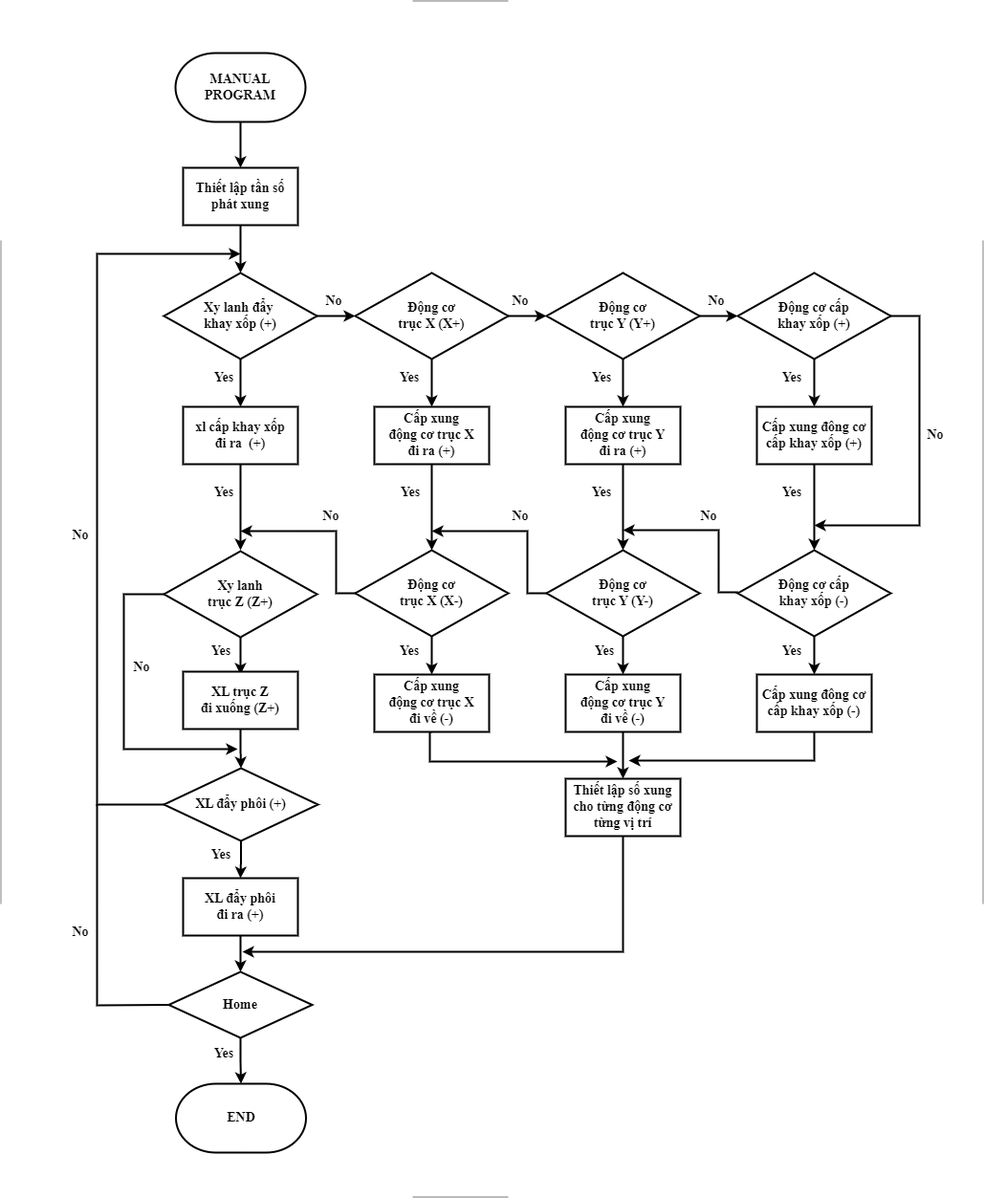
Before: manual.png, a diagram exported from draw.io (nguyentienkhoa050401/mon-hoc). Source tidied: cells renumbered, new cells last; positions are measured from the earlier drawing's top-left corner, leaving out a move shared by most shapes.
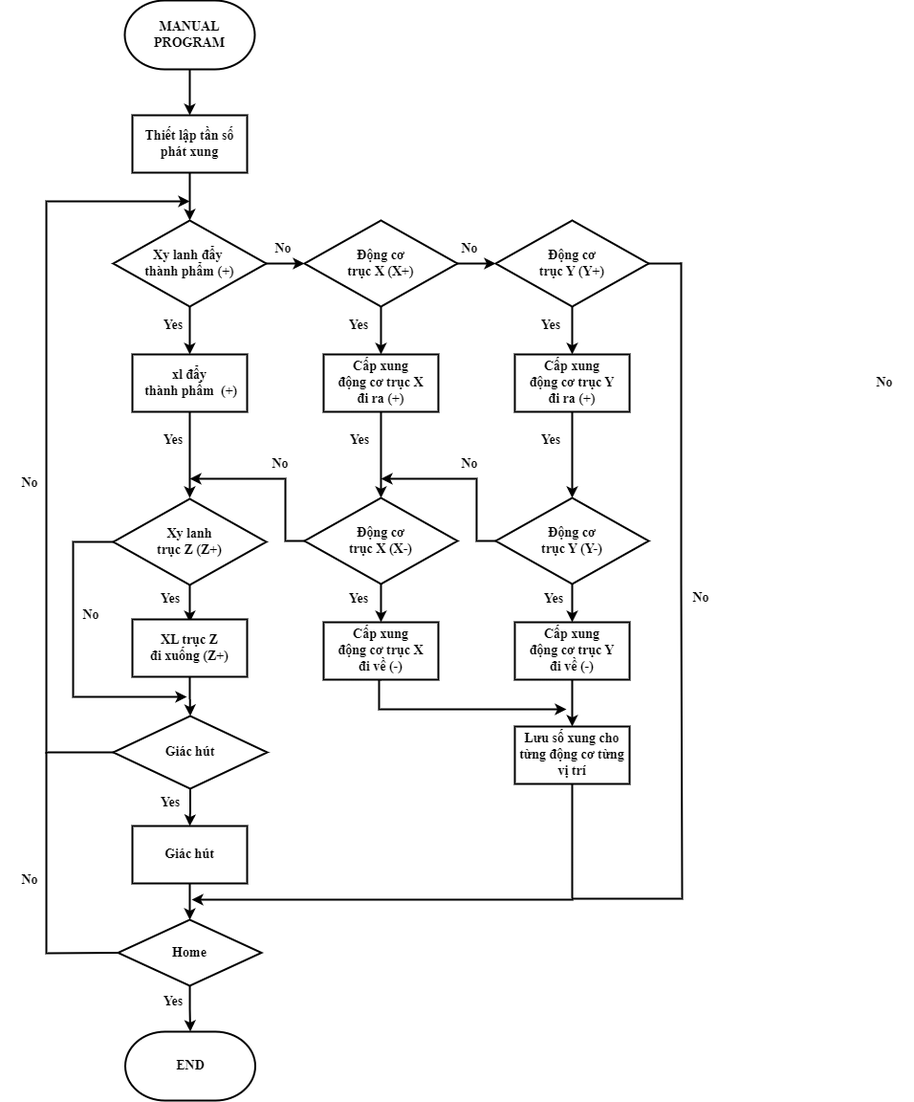
Later version of the same file.

Commit message:
Cập nhật manual.png

Diff of the diagram source:
```diff
@@ -29,7 +29,7 @@
     <mxCell id="7" style="edgeStyle=orthogonalEdgeStyle;rounded=0;jettySize=auto;html=1;strokeWidth=2;fontFamily=Times New Roman;fontSize=14;verticalAlign=middle;fontStyle=1;fontColor=#000000;" parent="1" edge="1" source="8" target="17">
       <mxGeometry relative="1" as="geometry" />
     </mxCell>
-    <mxCell id="8" value="Xy lanh đẩy&amp;nbsp;&lt;br style=&quot;font-size: 14px;&quot;&gt;khay xốp (+)" style="fontSize=14;spacingLeft=10;spacingRight=10;zwfType=basicShape;strokeWidth=2;rhombus;whiteSpace=wrap;html=1;fontStyle=1;fontFamily=Times New Roman;verticalAlign=middle;rounded=0;fontColor=#000000;" parent="1" vertex="1">
+    <mxCell id="8" value="Xy lanh đẩy&amp;nbsp;&lt;br style=&quot;font-size: 14px;&quot;&gt;thành phẩm (+)" style="fontSize=14;spacingLeft=10;spacingRight=10;zwfType=basicShape;strokeWidth=2;rhombus;whiteSpace=wrap;html=1;fontStyle=1;fontFamily=Times New Roman;verticalAlign=middle;rounded=0;fontColor=#000000;" parent="1" vertex="1">
       <mxGeometry x="117" y="230" width="160" height="90" as="geometry" />
     </mxCell>
     <mxCell id="9" style="edgeStyle=orthogonalEdgeStyle;rounded=0;jettySize=auto;html=1;strokeWidth=2;fontFamily=Times New Roman;fontSize=14;verticalAlign=middle;fontStyle=1;fontColor=#000000;" parent="1" edge="1" source="11" target="23">
@@ -41,22 +41,6 @@
     <mxCell id="11" value="Động cơ &lt;br style=&quot;font-size: 14px;&quot;&gt;trục X (X+)" style="fontSize=14;spacingLeft=10;spacingRight=10;zwfType=basicShape;strokeWidth=2;rhombus;whiteSpace=wrap;html=1;fontStyle=1;fontFamily=Times New Roman;verticalAlign=middle;rounded=0;fontColor=#000000;" parent="1" vertex="1">
       <mxGeometry x="317" y="230" width="160" height="90" as="geometry" />
     </mxCell>
-    <mxCell id="12" style="edgeStyle=orthogonalEdgeStyle;rounded=0;orthogonalLoop=1;jettySize=auto;html=1;strokeWidth=2;fontFamily=Times New Roman;fontSize=14;verticalAlign=middle;fontStyle=1;fontColor=#000000;" parent="1" edge="1">
-      <mxGeometry relative="1" as="geometry">
-        <mxPoint x="797" y="320" as="sourcePoint" />
-        <mxPoint x="797" y="370" as="targetPoint" />
-      </mxGeometry>
-    </mxCell>
-    <mxCell id="13" style="edgeStyle=orthogonalEdgeStyle;rounded=0;orthogonalLoop=1;jettySize=auto;html=1;strokeWidth=2;fontFamily=Times New Roman;fontSize=14;exitX=1;exitY=0.5;exitDx=0;exitDy=0;fontStyle=1;fontColor=#000000;" parent="1" edge="1">
-      <mxGeometry relative="1" as="geometry">
-        <mxPoint x="877" y="275" as="sourcePoint" />
-        <mxPoint x="797" y="494" as="targetPoint" />
-        <Array as="points">
-          <mxPoint x="907" y="275" />
-          <mxPoint x="907" y="494" />
-        </Array>
-      </mxGeometry>
-    </mxCell>
     <mxCell id="14" style="edgeStyle=orthogonalEdgeStyle;rounded=0;jettySize=auto;html=1;strokeWidth=2;fontFamily=Times New Roman;fontSize=14;verticalAlign=middle;fontStyle=1;fontColor=#000000;" parent="1" edge="1" source="15" target="8">
       <mxGeometry relative="1" as="geometry" />
     </mxCell>
@@ -68,7 +52,7 @@
         <mxPoint x="197" y="520" as="targetPoint" />
       </mxGeometry>
     </mxCell>
-    <mxCell id="17" value="xl cấp khay xốp&lt;br style=&quot;font-size: 14px;&quot;&gt;đi ra&amp;nbsp; (+)" style="rounded=0;whiteSpace=wrap;html=1;strokeWidth=2;fontFamily=Times New Roman;fontSize=14;verticalAlign=middle;fontStyle=1;fontColor=#000000;" parent="1" vertex="1">
+    <mxCell id="17" value="xl đẩy&lt;br&gt;&amp;nbsp;thành phẩm&amp;nbsp; (+)" style="rounded=0;whiteSpace=wrap;html=1;strokeWidth=2;fontFamily=Times New Roman;fontSize=14;verticalAlign=middle;fontStyle=1;fontColor=#000000;" parent="1" vertex="1">
       <mxGeometry x="137" y="370" width="120" height="60" as="geometry" />
     </mxCell>
     <mxCell id="18" style="edgeStyle=orthogonalEdgeStyle;rounded=0;jettySize=auto;html=1;strokeWidth=2;fontFamily=Times New Roman;fontSize=14;verticalAlign=middle;fontStyle=1;fontColor=#000000;" parent="1" edge="1" source="19" target="25">
@@ -77,19 +61,9 @@
     <mxCell id="19" value="Cấp xung &lt;br style=&quot;font-size: 14px;&quot;&gt;động cơ trục X &lt;br style=&quot;font-size: 14px;&quot;&gt;đi ra (+)" style="rounded=0;whiteSpace=wrap;html=1;strokeWidth=2;fontFamily=Times New Roman;fontSize=14;verticalAlign=middle;fontStyle=1;fontColor=#000000;" parent="1" vertex="1">
       <mxGeometry x="337" y="370" width="120" height="60" as="geometry" />
     </mxCell>
-    <mxCell id="20" style="edgeStyle=orthogonalEdgeStyle;rounded=0;jettySize=auto;html=1;strokeWidth=2;fontFamily=Times New Roman;fontSize=14;verticalAlign=middle;fontStyle=1;fontColor=#000000;" parent="1" edge="1" target="35">
-      <mxGeometry relative="1" as="geometry">
-        <mxPoint x="797" y="430" as="sourcePoint" />
-      </mxGeometry>
-    </mxCell>
     <mxCell id="21" style="edgeStyle=orthogonalEdgeStyle;rounded=0;jettySize=auto;html=1;strokeWidth=2;fontFamily=Times New Roman;fontSize=14;verticalAlign=middle;fontStyle=1;fontColor=#000000;" parent="1" edge="1" source="23" target="29">
       <mxGeometry relative="1" as="geometry" />
     </mxCell>
-    <mxCell id="22" style="edgeStyle=orthogonalEdgeStyle;rounded=0;jettySize=auto;html=1;strokeWidth=2;fontFamily=Times New Roman;fontSize=14;verticalAlign=middle;fontStyle=1;fontColor=#000000;" parent="1" edge="1" source="23">
-      <mxGeometry relative="1" as="geometry">
-        <mxPoint x="717" y="275" as="targetPoint" />
-      </mxGeometry>
-    </mxCell>
     <mxCell id="23" value="Động cơ &lt;br style=&quot;font-size: 14px;&quot;&gt;trục Y (Y+)" style="fontSize=14;spacingLeft=10;spacingRight=10;zwfType=basicShape;strokeWidth=2;rhombus;whiteSpace=wrap;html=1;fontStyle=1;fontFamily=Times New Roman;verticalAlign=middle;rounded=0;fontColor=#000000;" parent="1" vertex="1">
       <mxGeometry x="517" y="230" width="160" height="90" as="geometry" />
     </mxCell>
@@ -133,15 +107,6 @@
     <mxCell id="33" value="Cấp xung &lt;br style=&quot;font-size: 14px;&quot;&gt;động cơ trục Y &lt;br style=&quot;font-size: 14px;&quot;&gt;đi về (-)" style="rounded=0;whiteSpace=wrap;html=1;strokeWidth=2;fontFamily=Times New Roman;fontSize=14;verticalAlign=middle;fontStyle=1;fontColor=#000000;" parent="1" vertex="1">
       <mxGeometry x="537" y="650" width="120" height="60" as="geometry" />
     </mxCell>
-    <mxCell id="34" style="edgeStyle=orthogonalEdgeStyle;rounded=0;jettySize=auto;html=1;strokeWidth=2;fontFamily=Times New Roman;fontSize=14;verticalAlign=middle;fontStyle=1;fontColor=#000000;" parent="1" edge="1" source="35" target="36">
-      <mxGeometry relative="1" as="geometry" />
-    </mxCell>
-    <mxCell id="35" value="Động cơ cấp&lt;br style=&quot;font-size: 14px;&quot;&gt;khay xốp (-)" style="fontSize=14;spacingLeft=10;spacingRight=10;zwfType=basicShape;strokeWidth=2;rhombus;whiteSpace=wrap;html=1;fontFamily=Times New Roman;verticalAlign=middle;fontStyle=1;rounded=0;fontColor=#000000;" parent="1" vertex="1">
-      <mxGeometry x="717" y="520" width="160" height="90" as="geometry" />
-    </mxCell>
-    <mxCell id="36" value="Cấp xung đông cơ&lt;br style=&quot;font-size: 14px;&quot;&gt;cấp khay xốp (-)" style="rounded=0;whiteSpace=wrap;html=1;strokeWidth=2;fontFamily=Times New Roman;fontSize=14;verticalAlign=middle;fontStyle=1;fontColor=#000000;" parent="1" vertex="1">
-      <mxGeometry x="737" y="650" width="120" height="60" as="geometry" />
-    </mxCell>
     <mxCell id="37" style="edgeStyle=orthogonalEdgeStyle;rounded=0;jettySize=auto;html=1;strokeWidth=2;fontFamily=Times New Roman;fontSize=14;verticalAlign=middle;fontStyle=1;fontColor=#000000;" parent="1" edge="1" source="39" target="42">
       <mxGeometry relative="1" as="geometry" />
     </mxCell>
@@ -154,7 +119,7 @@
         </Array>
       </mxGeometry>
     </mxCell>
-    <mxCell id="39" value="XL đẩy phôi (+)" style="fontSize=14;spacingLeft=10;spacingRight=10;zwfType=basicShape;strokeWidth=2;rhombus;whiteSpace=wrap;html=1;fontStyle=1;fontFamily=Times New Roman;verticalAlign=middle;rounded=0;fontColor=#000000;" parent="1" vertex="1">
+    <mxCell id="39" value="Giác hút" style="fontSize=14;spacingLeft=10;spacingRight=10;zwfType=basicShape;strokeWidth=2;rhombus;whiteSpace=wrap;html=1;fontStyle=1;fontFamily=Times New Roman;verticalAlign=middle;rounded=0;fontColor=#000000;" parent="1" vertex="1">
       <mxGeometry x="117" y="748" width="161" height="76" as="geometry" />
     </mxCell>
     <mxCell id="40" value="END" style="fontSize=14;zwfType=basicShape;strokeWidth=2;html=1;shape=mxgraph.flowchart.terminator;whiteSpace=wrap;fontFamily=Times New Roman;verticalAlign=middle;fontStyle=1;rounded=0;fontColor=#000000;" parent="1" vertex="1">
@@ -163,7 +128,7 @@
     <mxCell id="41" style="edgeStyle=orthogonalEdgeStyle;rounded=0;jettySize=auto;html=1;strokeWidth=2;fontSize=14;fontStyle=1;fontFamily=Times New Roman;fontColor=#000000;" parent="1" edge="1" source="42" target="79">
       <mxGeometry relative="1" as="geometry" />
     </mxCell>
-    <mxCell id="42" value="XL đẩy phôi&lt;br style=&quot;font-size: 14px;&quot;&gt;đi ra (+)" style="rounded=0;whiteSpace=wrap;html=1;strokeWidth=2;fontFamily=Times New Roman;fontSize=14;verticalAlign=middle;fontStyle=1;fontColor=#000000;" parent="1" vertex="1">
+    <mxCell id="42" value="Giác hút" style="rounded=0;whiteSpace=wrap;html=1;strokeWidth=2;fontFamily=Times New Roman;fontSize=14;verticalAlign=middle;fontStyle=1;fontColor=#000000;" parent="1" vertex="1">
       <mxGeometry x="137" y="863" width="120" height="60" as="geometry" />
     </mxCell>
     <mxCell id="43" style="edgeStyle=orthogonalEdgeStyle;rounded=0;jettySize=auto;html=1;strokeWidth=2;fontFamily=Times New Roman;fontSize=14;verticalAlign=middle;fontStyle=1;exitX=0;exitY=0.5;exitDx=0;exitDy=0;fontColor=#000000;" parent="1" edge="1" source="25">
@@ -181,9 +146,6 @@
     <mxCell id="45" value="No" style="text;html=1;fillColor=none;align=center;verticalAlign=middle;whiteSpace=wrap;rounded=0;strokeWidth=2;fontFamily=Times New Roman;fontSize=14;fontStyle=1;fontColor=#000000;" parent="1" vertex="1">
       <mxGeometry x="460" y="245" width="60" height="30" as="geometry" />
     </mxCell>
-    <mxCell id="46" value="No" style="text;html=1;fillColor=none;align=center;verticalAlign=middle;whiteSpace=wrap;rounded=0;strokeWidth=2;fontFamily=Times New Roman;fontSize=14;fontStyle=1;fontColor=#000000;" parent="1" vertex="1">
-      <mxGeometry x="665" y="245" width="60" height="30" as="geometry" />
-    </mxCell>
     <mxCell id="47" value="No" style="text;html=1;fillColor=none;align=center;verticalAlign=middle;whiteSpace=wrap;rounded=0;strokeWidth=2;fontFamily=Times New Roman;fontSize=14;fontStyle=1;fontColor=#000000;" parent="1" vertex="1">
       <mxGeometry x="894" y="385" width="60" height="30" as="geometry" />
     </mxCell>
@@ -193,9 +155,6 @@
     <mxCell id="49" value="No" style="text;html=1;fillColor=none;align=center;verticalAlign=middle;whiteSpace=wrap;rounded=0;strokeWidth=2;fontFamily=Times New Roman;fontSize=14;fontStyle=1;fontColor=#000000;" parent="1" vertex="1">
       <mxGeometry x="460" y="470" width="60" height="30" as="geometry" />
     </mxCell>
-    <mxCell id="50" value="No" style="text;html=1;fillColor=none;align=center;verticalAlign=middle;whiteSpace=wrap;rounded=0;strokeWidth=2;fontFamily=Times New Roman;fontSize=14;fontStyle=1;fontColor=#000000;" parent="1" vertex="1">
-      <mxGeometry x="657" y="470" width="60" height="30" as="geometry" />
-    </mxCell>
     <mxCell id="51" value="No" style="text;html=1;fillColor=none;align=center;verticalAlign=middle;whiteSpace=wrap;rounded=0;strokeWidth=2;fontFamily=Times New Roman;fontSize=14;fontStyle=1;fontColor=#000000;" parent="1" vertex="1">
       <mxGeometry y="490" width="60" height="30" as="geometry" />
     </mxCell>
@@ -223,9 +182,6 @@
     <mxCell id="59" value="Yes" style="text;html=1;fillColor=none;align=center;verticalAlign=middle;whiteSpace=wrap;rounded=0;strokeWidth=2;fontFamily=Times New Roman;fontSize=14;fontStyle=1;fontColor=#000000;" parent="1" vertex="1">
       <mxGeometry x="147" y="611" width="60" height="30" as="geometry" />
     </mxCell>
-    <mxCell id="60" value="Yes" style="text;html=1;fillColor=none;align=center;verticalAlign=middle;whiteSpace=wrap;rounded=0;strokeWidth=2;fontFamily=Times New Roman;fontSize=14;fontStyle=1;fontColor=#000000;" parent="1" vertex="1">
-      <mxGeometry x="744" y="611" width="60" height="30" as="geometry" />
-    </mxCell>
     <mxCell id="61" style="edgeStyle=orthogonalEdgeStyle;rounded=0;orthogonalLoop=1;jettySize=auto;html=1;strokeWidth=2;fontFamily=Times New Roman;fontSize=14;verticalAlign=middle;fontStyle=1;exitX=0;exitY=0.5;exitDx=0;exitDy=0;fontColor=#000000;" parent="1" edge="1">
       <mxGeometry relative="1" as="geometry">
         <mxPoint x="517" y="565" as="sourcePoint" />
@@ -236,16 +192,6 @@
         </Array>
       </mxGeometry>
     </mxCell>
-    <mxCell id="62" style="edgeStyle=orthogonalEdgeStyle;rounded=0;orthogonalLoop=1;jettySize=auto;html=1;strokeWidth=2;fontFamily=Times New Roman;fontSize=14;verticalAlign=middle;fontStyle=1;exitX=0;exitY=0.5;exitDx=0;exitDy=0;fontColor=#000000;" parent="1" edge="1">
-      <mxGeometry relative="1" as="geometry">
-        <mxPoint x="717" y="564" as="sourcePoint" />
-        <mxPoint x="597" y="499" as="targetPoint" />
-        <Array as="points">
-          <mxPoint x="697" y="564" />
-          <mxPoint x="697" y="499" />
-        </Array>
-      </mxGeometry>
-    </mxCell>
     <mxCell id="63" value="Yes" style="text;html=1;fillColor=none;align=center;verticalAlign=middle;whiteSpace=wrap;rounded=0;strokeWidth=2;fontFamily=Times New Roman;fontSize=14;fontStyle=1;fontColor=#000000;" parent="1" vertex="1">
       <mxGeometry x="150" y="325" width="60" height="30" as="geometry" />
     </mxCell>
@@ -255,50 +201,18 @@
     <mxCell id="65" value="Yes" style="text;html=1;fillColor=none;align=center;verticalAlign=middle;whiteSpace=wrap;rounded=0;strokeWidth=2;fontFamily=Times New Roman;fontSize=14;fontStyle=1;fontColor=#000000;" parent="1" vertex="1">
       <mxGeometry x="545" y="325" width="60" height="30" as="geometry" />
     </mxCell>
-    <mxCell id="66" value="Yes" style="text;html=1;fillColor=none;align=center;verticalAlign=middle;whiteSpace=wrap;rounded=0;strokeWidth=2;fontFamily=Times New Roman;fontSize=14;fontStyle=1;fontColor=#000000;" parent="1" vertex="1">
-      <mxGeometry x="744" y="325" width="60" height="30" as="geometry" />
-    </mxCell>
-    <mxCell id="67" value="Yes" style="text;html=1;fillColor=none;align=center;verticalAlign=middle;whiteSpace=wrap;rounded=0;strokeWidth=2;fontFamily=Times New Roman;fontSize=14;fontStyle=1;fontColor=#000000;" parent="1" vertex="1">
-      <mxGeometry x="744" y="445" width="60" height="30" as="geometry" />
-    </mxCell>
-    <mxCell id="68" style="shape=link;html=1;width=1250;strokeWidth=2;strokeColor=#BABABA;fontSize=14;fontStyle=1;fontFamily=Times New Roman;fontColor=#000000;" parent="1" edge="1">
-      <mxGeometry relative="1" as="geometry">
-        <mxPoint x="377" y="571" as="sourcePoint" />
-        <mxPoint x="477" y="571" as="targetPoint" />
-      </mxGeometry>
-    </mxCell>
-    <mxCell id="69" style="shape=link;html=1;width=1026;strokeWidth=2;strokeColor=#BFBFBF;fontSize=14;fontStyle=1;fontFamily=Times New Roman;fontColor=#000000;" parent="1" edge="1">
-      <mxGeometry relative="1" as="geometry">
-        <mxPoint x="460" y="196" as="sourcePoint" />
-        <mxPoint x="460" y="890" as="targetPoint" />
-      </mxGeometry>
-    </mxCell>
-    <mxCell id="70" value="Thiết lập số xung cho từng động cơ từng vị trí" style="rounded=0;whiteSpace=wrap;html=1;strokeWidth=2;fontFamily=Times New Roman;fontSize=14;verticalAlign=middle;fontStyle=1;fontColor=#000000;" parent="1" vertex="1">
+    <mxCell id="70" value="Lưu số xung cho từng động cơ từng vị trí" style="rounded=0;whiteSpace=wrap;html=1;strokeWidth=2;fontFamily=Times New Roman;fontSize=14;verticalAlign=middle;fontStyle=1;fontColor=#000000;" parent="1" vertex="1">
       <mxGeometry x="537" y="759" width="120" height="60" as="geometry" />
     </mxCell>
-    <mxCell id="71" value="Động cơ cấp&lt;br style=&quot;font-size: 14px;&quot;&gt;khay xốp (+)" style="fontSize=14;spacingLeft=10;spacingRight=10;zwfType=basicShape;strokeWidth=2;rhombus;whiteSpace=wrap;html=1;fontFamily=Times New Roman;verticalAlign=middle;fontStyle=1;rounded=0;fontColor=#000000;" parent="1" vertex="1">
-      <mxGeometry x="717" y="230" width="160" height="90" as="geometry" />
-    </mxCell>
     <mxCell id="72" value="Xy lanh &lt;br style=&quot;font-size: 14px;&quot;&gt;trục Z (Z+)" style="fontSize=14;spacingLeft=10;spacingRight=10;zwfType=basicShape;strokeWidth=2;rhombus;whiteSpace=wrap;html=1;fontStyle=1;fontFamily=Times New Roman;verticalAlign=middle;rounded=0;fontColor=#000000;" parent="1" vertex="1">
       <mxGeometry x="117" y="521" width="160" height="90" as="geometry" />
     </mxCell>
-    <mxCell id="73" value="Cấp xung đông cơ&lt;br style=&quot;font-size: 14px;&quot;&gt;cấp khay xốp (+)" style="rounded=0;whiteSpace=wrap;html=1;strokeWidth=2;fontFamily=Times New Roman;fontSize=14;verticalAlign=middle;fontStyle=1;fontColor=#000000;" parent="1" vertex="1">
-      <mxGeometry x="737" y="370" width="120" height="60" as="geometry" />
-    </mxCell>
     <mxCell id="74" style="edgeStyle=orthogonalEdgeStyle;rounded=0;jettySize=auto;html=1;strokeWidth=2;fontSize=14;fontStyle=1;fontFamily=Times New Roman;fontColor=#000000;" parent="1" edge="1" source="75" target="39">
       <mxGeometry relative="1" as="geometry" />
     </mxCell>
     <mxCell id="75" value="XL trục Z &lt;br style=&quot;font-size: 14px;&quot;&gt;đi xuống (Z+)" style="rounded=0;whiteSpace=wrap;html=1;strokeWidth=2;fontFamily=Times New Roman;fontSize=14;verticalAlign=middle;fontStyle=1;fontColor=#000000;" parent="1" vertex="1">
       <mxGeometry x="137" y="647" width="120" height="60" as="geometry" />
     </mxCell>
-    <mxCell id="76" style="edgeStyle=orthogonalEdgeStyle;rounded=0;jettySize=auto;html=1;exitX=0.5;exitY=1;exitDx=0;exitDy=0;strokeWidth=2;fontSize=14;fontStyle=1;fontFamily=Times New Roman;fontColor=#000000;" parent="1" edge="1" source="36">
-      <mxGeometry relative="1" as="geometry">
-        <mxPoint x="603" y="740" as="targetPoint" />
-        <Array as="points">
-          <mxPoint x="797" y="740" />
-        </Array>
-      </mxGeometry>
-    </mxCell>
     <mxCell id="77" style="edgeStyle=orthogonalEdgeStyle;rounded=0;jettySize=auto;html=1;strokeWidth=2;exitX=0.5;exitY=1;exitDx=0;exitDy=0;fontSize=14;fontStyle=1;fontFamily=Times New Roman;fontColor=#000000;" parent="1" edge="1" source="70">
       <mxGeometry relative="1" as="geometry">
         <mxPoint x="199" y="940" as="targetPoint" />
@@ -327,5 +241,23 @@
     <mxCell id="82" value="No" style="text;html=1;fillColor=none;align=center;verticalAlign=middle;whiteSpace=wrap;rounded=0;strokeWidth=2;fontFamily=Times New Roman;fontSize=14;fontStyle=1;fontColor=#000000;" parent="1" vertex="1">
       <mxGeometry y="905" width="60" height="30" as="geometry" />
     </mxCell>
+    <mxCell id="83" value="No" style="text;html=1;fillColor=none;align=center;verticalAlign=middle;whiteSpace=wrap;rounded=0;strokeWidth=2;fontFamily=Times New Roman;fontSize=14;fontStyle=1;fontColor=#000000;" parent="1" vertex="1">
+      <mxGeometry x="702" y="610" width="60" height="30" as="geometry" />
+    </mxCell>
+    <mxCell id="84" style="endArrow=none;html=1;rounded=0;strokeWidth=2;fontSize=14;fontStyle=1;fontFamily=Times New Roman;fontColor=#000000;" parent="1" edge="1">
+      <mxGeometry relative="1" as="geometry">
+        <mxPoint x="597" y="939" as="sourcePoint" />
+        <mxPoint x="711" y="274" as="targetPoint" />
+        <Array as="points">
+          <mxPoint x="712" y="939" />
+          <mxPoint x="711" y="609" />
+        </Array>
+      </mxGeometry>
+    </mxCell>
+    <mxCell id="85" style="endArrow=none;html=1;rounded=0;exitX=1;exitY=0.5;exitDx=0;exitDy=0;strokeWidth=2;" parent="1" edge="1" source="23">
+      <mxGeometry relative="1" as="geometry">
+        <mxPoint x="711" y="275" as="targetPoint" />
+      </mxGeometry>
+    </mxCell>
   </root>
 </mxGraphModel>
```
